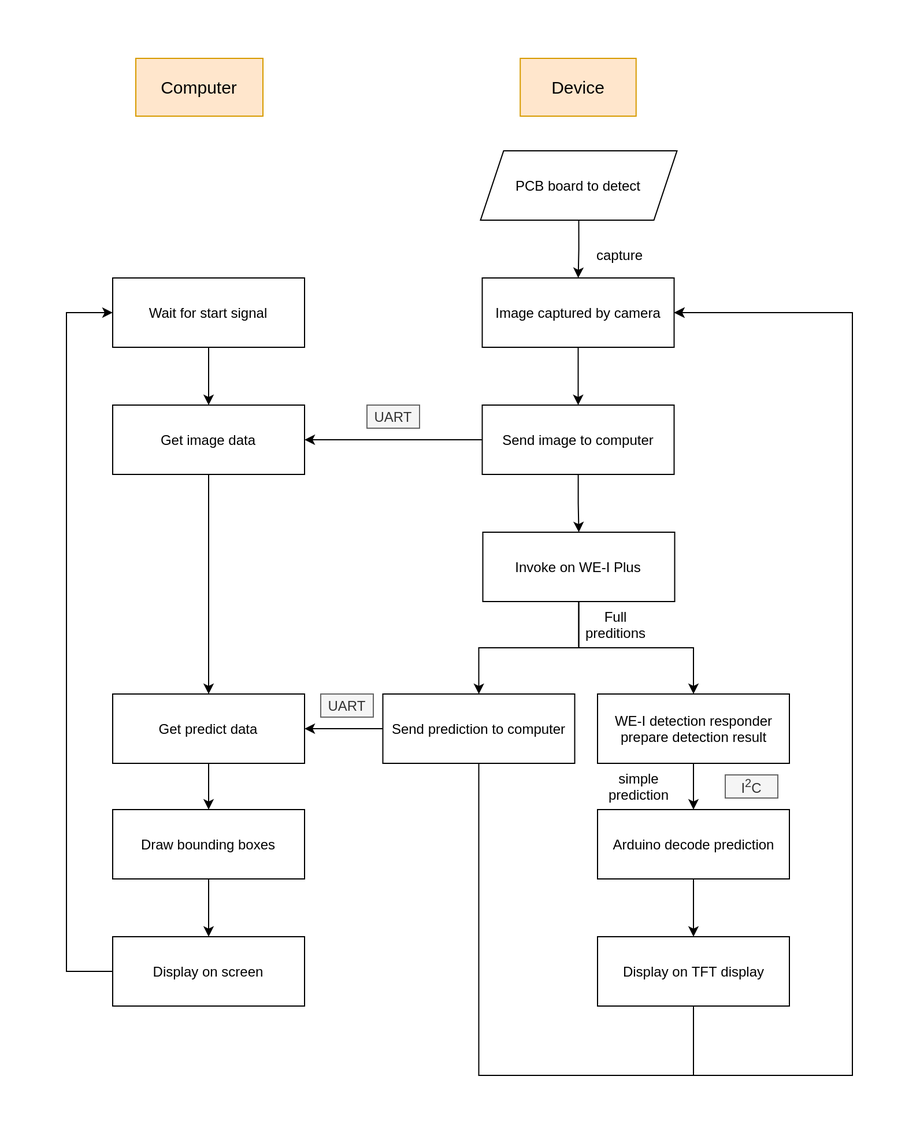
Before: pictures/flowchart.png, a diagram exported from draw.io (OxygenDragon/solder-joint-detection). Source tidied: cells renumbered, new cells last; positions are measured from the earlier drawing's top-left corner, leaving out a move shared by most shapes.
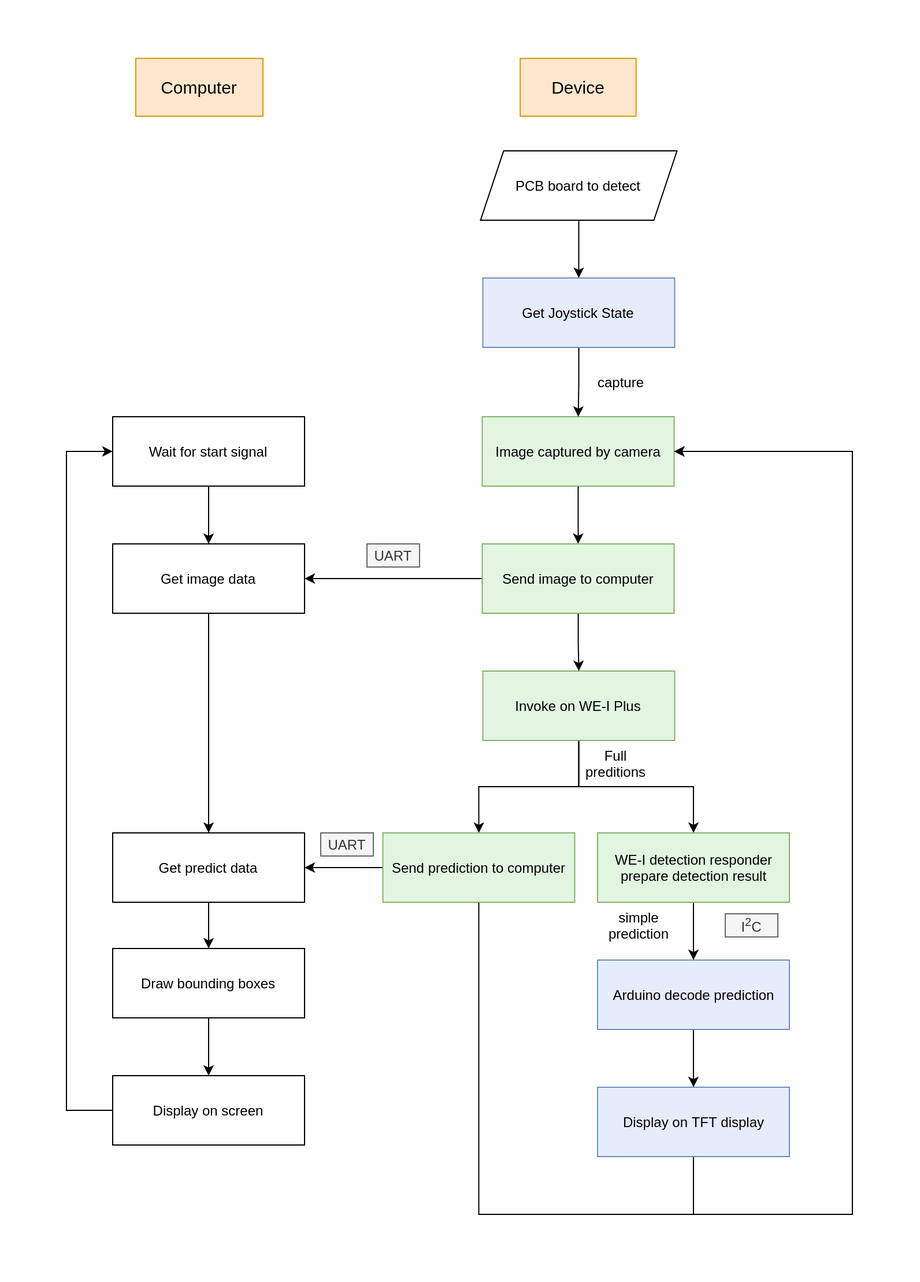
Later version of the same file.

Diff of the diagram source:
```diff
@@ -3,14 +3,14 @@
     <mxCell id="0" />
     <mxCell id="1" parent="0" />
     <mxCell id="2" value="capture" style="text;html=1;strokeColor=none;fillColor=none;align=center;verticalAlign=middle;whiteSpace=wrap;rounded=0;" parent="1" vertex="1">
-      <mxGeometry x="458.8" y="160" width="40" height="20" as="geometry" />
+      <mxGeometry x="459.5" y="150" width="40" height="20" as="geometry" />
     </mxCell>
     <mxCell id="3" style="edgeStyle=orthogonalEdgeStyle;rounded=0;jettySize=auto;html=1;" parent="1" edge="1" source="4">
       <mxGeometry relative="1" as="geometry">
         <mxPoint x="442.8" y="300" as="targetPoint" />
       </mxGeometry>
     </mxCell>
-    <mxCell id="4" value="Image captured by camera" style="rounded=0;whiteSpace=wrap;html=1;" parent="1" vertex="1">
+    <mxCell id="4" value="Image captured by camera" style="rounded=0;whiteSpace=wrap;html=1;strokeColor=#82b366;fillColor=#E1F5E0;" parent="1" vertex="1">
       <mxGeometry x="359.8" y="190" width="166" height="60" as="geometry" />
     </mxCell>
     <mxCell id="5" style="edgeStyle=orthogonalEdgeStyle;rounded=0;jettySize=auto;html=1;exitX=0.5;exitY=1;exitDx=0;exitDy=0;" parent="1" edge="1" source="7" target="9">
@@ -19,20 +19,20 @@
     <mxCell id="6" style="edgeStyle=orthogonalEdgeStyle;rounded=0;jettySize=auto;html=1;exitX=0.5;exitY=1;exitDx=0;exitDy=0;" parent="1" edge="1" source="7" target="28">
       <mxGeometry relative="1" as="geometry" />
     </mxCell>
-    <mxCell id="7" value="Invoke on WE-I Plus" style="rounded=0;whiteSpace=wrap;html=1;" parent="1" vertex="1">
+    <mxCell id="7" value="Invoke on WE-I Plus" style="rounded=0;whiteSpace=wrap;html=1;strokeColor=#82b366;fillColor=#E1F5E0;" parent="1" vertex="1">
       <mxGeometry x="360.2" y="410" width="166" height="60" as="geometry" />
     </mxCell>
     <mxCell id="8" style="edgeStyle=orthogonalEdgeStyle;rounded=0;jettySize=auto;html=1;" parent="1" edge="1" source="9" target="19">
       <mxGeometry relative="1" as="geometry" />
     </mxCell>
-    <mxCell id="9" value="WE-I detection responder prepare detection result" style="rounded=0;whiteSpace=wrap;html=1;" parent="1" vertex="1">
+    <mxCell id="9" value="WE-I detection responder prepare detection result" style="rounded=0;whiteSpace=wrap;html=1;strokeColor=#82b366;fillColor=#E1F5E0;" parent="1" vertex="1">
       <mxGeometry x="459.5" y="550" width="166" height="60" as="geometry" />
     </mxCell>
-    <mxCell id="10" style="edgeStyle=orthogonalEdgeStyle;rounded=0;jettySize=auto;html=1;exitX=0.5;exitY=1;exitDx=0;exitDy=0;" parent="1" edge="1" source="11" target="4">
-      <mxGeometry relative="1" as="geometry" />
-    </mxCell>
+    <mxCell id="39" style="edgeStyle=orthogonalEdgeStyle;rounded=0;jettySize=auto;html=1;" parent="1" edge="1" source="11" target="41">
+      <mxGeometry relative="1" as="geometry" />
+    </mxCell>
     <mxCell id="11" value="PCB board to detect" style="shape=parallelogram;perimeter=parallelogramPerimeter;whiteSpace=wrap;html=1;fixedSize=1;" parent="1" vertex="1">
-      <mxGeometry x="358.2" y="80" width="170" height="60" as="geometry" />
+      <mxGeometry x="358.2" y="-40" width="170" height="60" as="geometry" />
     </mxCell>
     <mxCell id="12" style="edgeStyle=orthogonalEdgeStyle;rounded=0;jettySize=auto;html=1;" parent="1" edge="1" source="14" target="7">
       <mxGeometry relative="1" as="geometry" />
@@ -40,7 +40,7 @@
     <mxCell id="13" style="edgeStyle=orthogonalEdgeStyle;rounded=0;jettySize=auto;html=1;exitX=0;exitY=0.5;exitDx=0;exitDy=0;" parent="1" edge="1" source="14" target="25">
       <mxGeometry relative="1" as="geometry" />
     </mxCell>
-    <mxCell id="14" value="Send image to computer" style="rounded=0;whiteSpace=wrap;html=1;" parent="1" vertex="1">
+    <mxCell id="14" value="Send image to computer" style="rounded=0;whiteSpace=wrap;html=1;strokeColor=#82b366;fillColor=#E1F5E0;" parent="1" vertex="1">
       <mxGeometry x="359.8" y="300" width="166" height="60" as="geometry" />
     </mxCell>
     <mxCell id="15" style="edgeStyle=orthogonalEdgeStyle;rounded=0;jettySize=auto;html=1;" parent="1" edge="1" source="16" target="34">
@@ -55,8 +55,8 @@
     <mxCell id="18" style="edgeStyle=orthogonalEdgeStyle;rounded=0;jettySize=auto;html=1;" parent="1" edge="1" source="19" target="23">
       <mxGeometry relative="1" as="geometry" />
     </mxCell>
-    <mxCell id="19" value="Arduino decode prediction" style="rounded=0;whiteSpace=wrap;html=1;" parent="1" vertex="1">
-      <mxGeometry x="459.5" y="650" width="166" height="60" as="geometry" />
+    <mxCell id="19" value="Arduino decode prediction" style="rounded=0;whiteSpace=wrap;html=1;strokeColor=#6c8ebf;fillColor=#E5EDFC;" parent="1" vertex="1">
+      <mxGeometry x="459.5" y="660" width="166" height="60" as="geometry" />
     </mxCell>
     <mxCell id="20" value="simple prediction" style="text;html=1;strokeColor=none;fillColor=none;align=center;verticalAlign=middle;whiteSpace=wrap;rounded=0;" parent="1" vertex="1">
       <mxGeometry x="459.5" y="620" width="71" height="20" as="geometry" />
@@ -73,8 +73,8 @@
         </Array>
       </mxGeometry>
     </mxCell>
-    <mxCell id="23" value="Display on TFT display" style="rounded=0;whiteSpace=wrap;html=1;" parent="1" vertex="1">
-      <mxGeometry x="459.5" y="760" width="166" height="60" as="geometry" />
+    <mxCell id="23" value="Display on TFT display" style="rounded=0;whiteSpace=wrap;html=1;strokeColor=#6c8ebf;fillColor=#E5EDFC;" parent="1" vertex="1">
+      <mxGeometry x="459.5" y="770" width="166" height="60" as="geometry" />
     </mxCell>
     <mxCell id="24" style="edgeStyle=orthogonalEdgeStyle;rounded=0;jettySize=auto;html=1;exitX=0.5;exitY=1;exitDx=0;exitDy=0;" parent="1" edge="1" source="25" target="16">
       <mxGeometry relative="1" as="geometry" />
@@ -94,7 +94,7 @@
         </Array>
       </mxGeometry>
     </mxCell>
-    <mxCell id="28" value="Send prediction to computer" style="rounded=0;whiteSpace=wrap;html=1;" parent="1" vertex="1">
+    <mxCell id="28" value="Send prediction to computer" style="rounded=0;whiteSpace=wrap;html=1;strokeColor=#82b366;fillColor=#E1F5E0;" parent="1" vertex="1">
       <mxGeometry x="273.8" y="550" width="166" height="60" as="geometry" />
     </mxCell>
     <mxCell id="29" value="UART" style="text;html=1;strokeColor=#666666;fillColor=#f5f5f5;align=center;verticalAlign=middle;whiteSpace=wrap;rounded=0;fontColor=#333333;" parent="1" vertex="1">
@@ -127,10 +127,16 @@
       <mxGeometry x="40" y="760" width="166" height="60" as="geometry" />
     </mxCell>
     <mxCell id="37" value="Computer" style="text;html=1;strokeColor=#d79b00;fillColor=#ffe6cc;align=center;verticalAlign=middle;whiteSpace=wrap;rounded=0;fontSize=15;" parent="1" vertex="1">
-      <mxGeometry x="60" width="110" height="50" as="geometry" />
+      <mxGeometry x="60" y="-120" width="110" height="50" as="geometry" />
     </mxCell>
     <mxCell id="38" value="Device" style="text;html=1;strokeColor=#d79b00;fillColor=#ffe6cc;align=center;verticalAlign=middle;whiteSpace=wrap;rounded=0;fontSize=15;" parent="1" vertex="1">
-      <mxGeometry x="392.6" width="100.2" height="50" as="geometry" />
+      <mxGeometry x="392.6" y="-120" width="100.2" height="50" as="geometry" />
     </mxCell>
+    <mxCell id="40" style="edgeStyle=orthogonalEdgeStyle;rounded=0;jettySize=auto;html=1;" parent="1" edge="1" source="41" target="4">
+      <mxGeometry relative="1" as="geometry" />
+    </mxCell>
+    <mxCell id="41" value="Get Joystick State" style="rounded=0;whiteSpace=wrap;html=1;strokeColor=#6c8ebf;fillColor=#E5EDFC;" parent="1" vertex="1">
+      <mxGeometry x="360.2" y="70" width="166" height="60" as="geometry" />
+    </mxCell>
   </root>
 </mxGraphModel>
```
